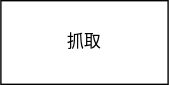
Before: drawio/易码流程图.svg, a diagram exported from draw.io (Stolorzs/Picgo). Source tidied: cells renumbered, new cells last; positions are measured from the earlier drawing's top-left corner, leaving out a move shared by most shapes. The source it was exported from:
```xml
<mxGraphModel>
  <root>
    <mxCell id="0" />
    <mxCell id="1" parent="0" />
    <mxCell id="2" value="抓取" style="rounded=0;whiteSpace=wrap;html=1;" parent="1" vertex="1">
      <mxGeometry width="120" height="60" as="geometry" />
    </mxCell>
  </root>
</mxGraphModel>
```
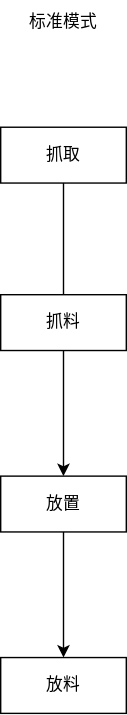
The same diagram one commit later.

Commit message:
更新易码流程图.svg

The edit, as a diff of the source:
```diff
@@ -2,8 +2,26 @@
   <root>
     <mxCell id="0" />
     <mxCell id="1" parent="0" />
+    <mxCell id="3" style="edgeStyle=orthogonalEdgeStyle;rounded=0;jettySize=auto;html=1;entryX=0.5;entryY=0;entryDx=0;entryDy=0;" parent="1" edge="1" source="2" target="5">
+      <mxGeometry relative="1" as="geometry" />
+    </mxCell>
     <mxCell id="2" value="抓取" style="rounded=0;whiteSpace=wrap;html=1;" parent="1" vertex="1">
-      <mxGeometry width="120" height="60" as="geometry" />
+      <mxGeometry width="90" height="40" as="geometry" />
     </mxCell>
+    <mxCell id="4" style="edgeStyle=orthogonalEdgeStyle;rounded=0;jettySize=auto;html=1;" parent="1" edge="1" source="5" target="8">
+      <mxGeometry relative="1" as="geometry" />
+    </mxCell>
+    <mxCell id="5" value="放置" style="rounded=0;whiteSpace=wrap;html=1;" parent="1" vertex="1">
+      <mxGeometry y="250" width="90" height="40" as="geometry" />
+    </mxCell>
+    <mxCell id="6" value="标准模式" style="text;html=1;align=center;verticalAlign=middle;whiteSpace=wrap;rounded=0;" parent="1" vertex="1">
+      <mxGeometry x="15" y="-90" width="60" height="30" as="geometry" />
+    </mxCell>
+    <mxCell id="7" value="抓料" style="rounded=0;whiteSpace=wrap;html=1;" parent="1" vertex="1">
+      <mxGeometry y="120" width="90" height="40" as="geometry" />
+    </mxCell>
+    <mxCell id="8" value="放料" style="rounded=0;whiteSpace=wrap;html=1;" parent="1" vertex="1">
+      <mxGeometry y="380" width="90" height="40" as="geometry" />
+    </mxCell>
   </root>
 </mxGraphModel>
```
